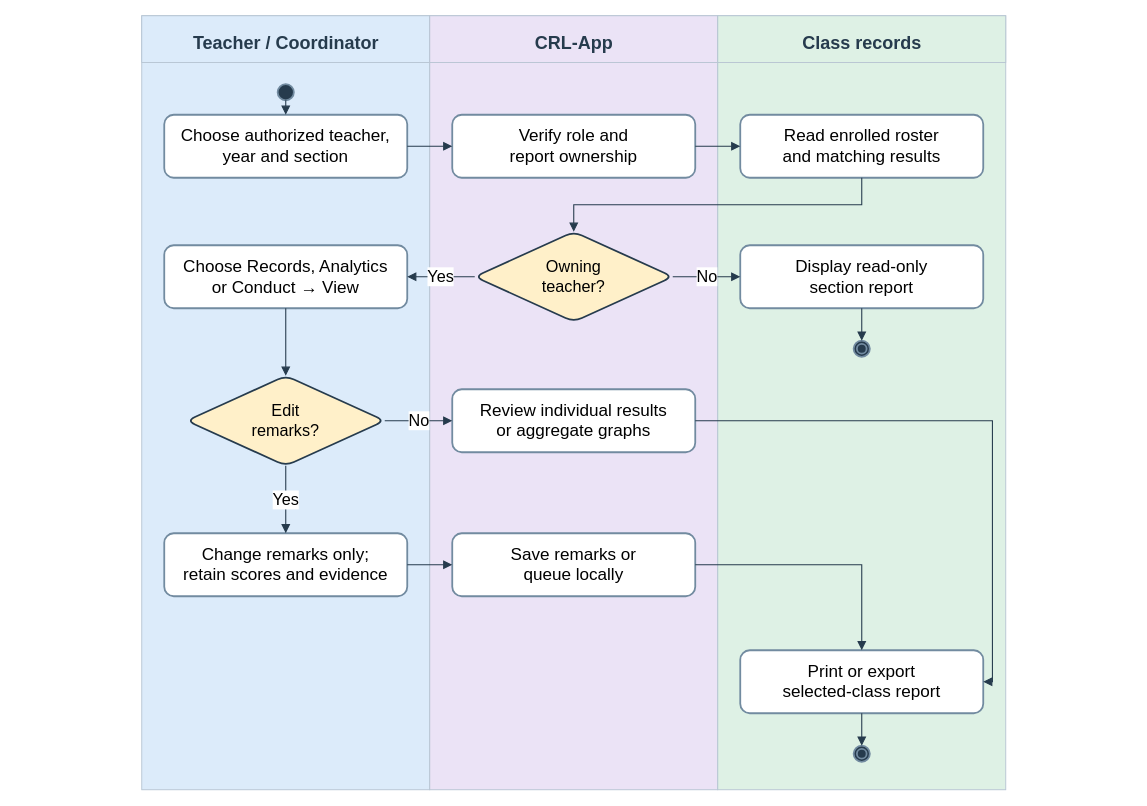
This is docs/diagrams/class-workspaces/figure-16-records-reports.drawio from AkuSayangKamuJudaSayang/crl-app, a draw.io file, before an edit. Source tidied: cells renumbered, new cells numbered last; positions are measured from the earlier drawing's top-left corner, leaving out a move shared by most shapes. Both pictures are drawn from the tidied source at 90%, with x=0, y=0 at pixel (15, 15).
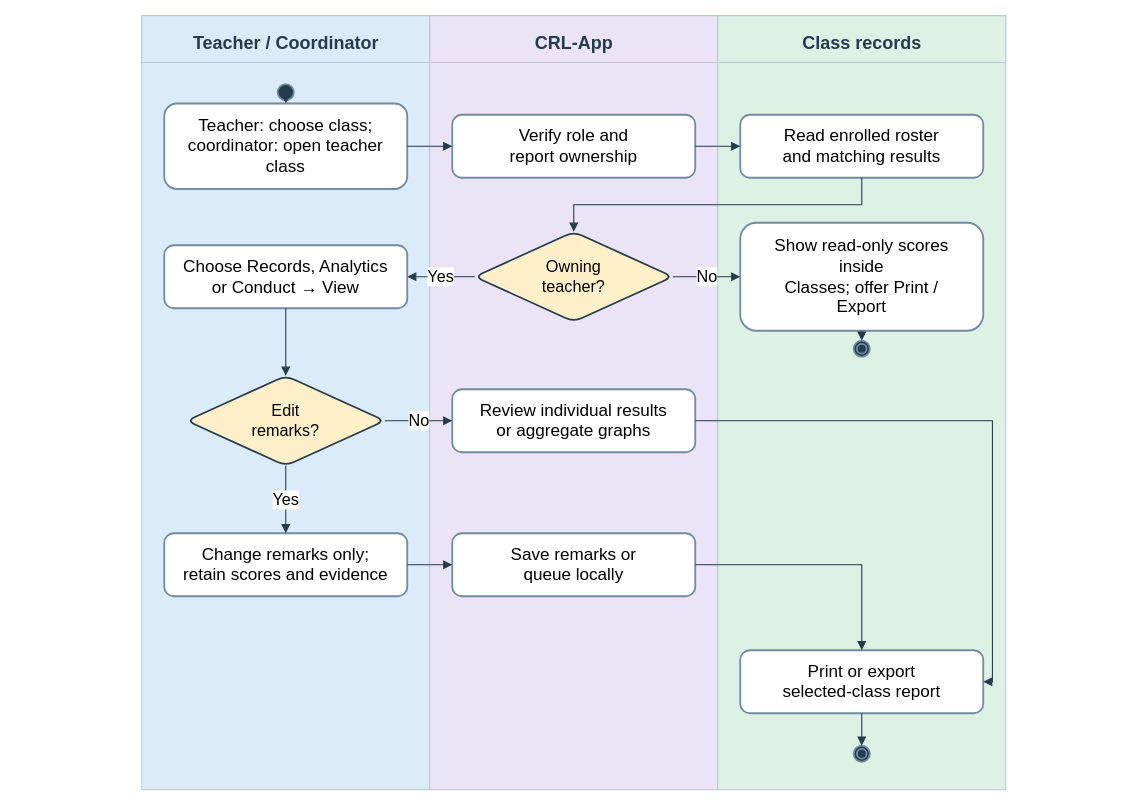
The same page after the edit.

What changed in the source:
```diff
@@
-    <mxCell id="12" value="Choose authorized teacher,&lt;br&gt;year and section" style="rounded=1;whiteSpace=wrap;html=1;fontFamily=Arial;fillColor=#ffffff;strokeColor=#728ba0;strokeWidth=2;fontSize=19;" parent="1" vertex="1">
-      <mxGeometry x="165" y="110" width="270" height="70" as="geometry" />
+    <mxCell id="12" value="Teacher: choose class;&lt;br&gt;coordinator: open teacher&lt;br&gt;class" style="rounded=1;whiteSpace=wrap;html=1;fontFamily=Arial;fillColor=#ffffff;strokeColor=#728ba0;strokeWidth=2;fontSize=19;" parent="1" vertex="1">
+      <mxGeometry x="165" y="97.5" width="270" height="95" as="geometry" />
     </mxCell>
@@
-    <mxCell id="16" value="Display read-only&lt;br&gt;section report" style="rounded=1;whiteSpace=wrap;html=1;fontFamily=Arial;fillColor=#ffffff;strokeColor=#728ba0;strokeWidth=2;fontSize=19;" parent="1" vertex="1">
-      <mxGeometry x="805" y="255" width="270" height="70" as="geometry" />
+    <mxCell id="16" value="Show read-only scores&lt;br&gt;inside&lt;br&gt;Classes; offer Print /&lt;br&gt;Export" style="rounded=1;whiteSpace=wrap;html=1;fontFamily=Arial;fillColor=#ffffff;strokeColor=#728ba0;strokeWidth=2;fontSize=19;" parent="1" vertex="1">
+      <mxGeometry x="805" y="230" width="270" height="120" as="geometry" />
     </mxCell>
```
